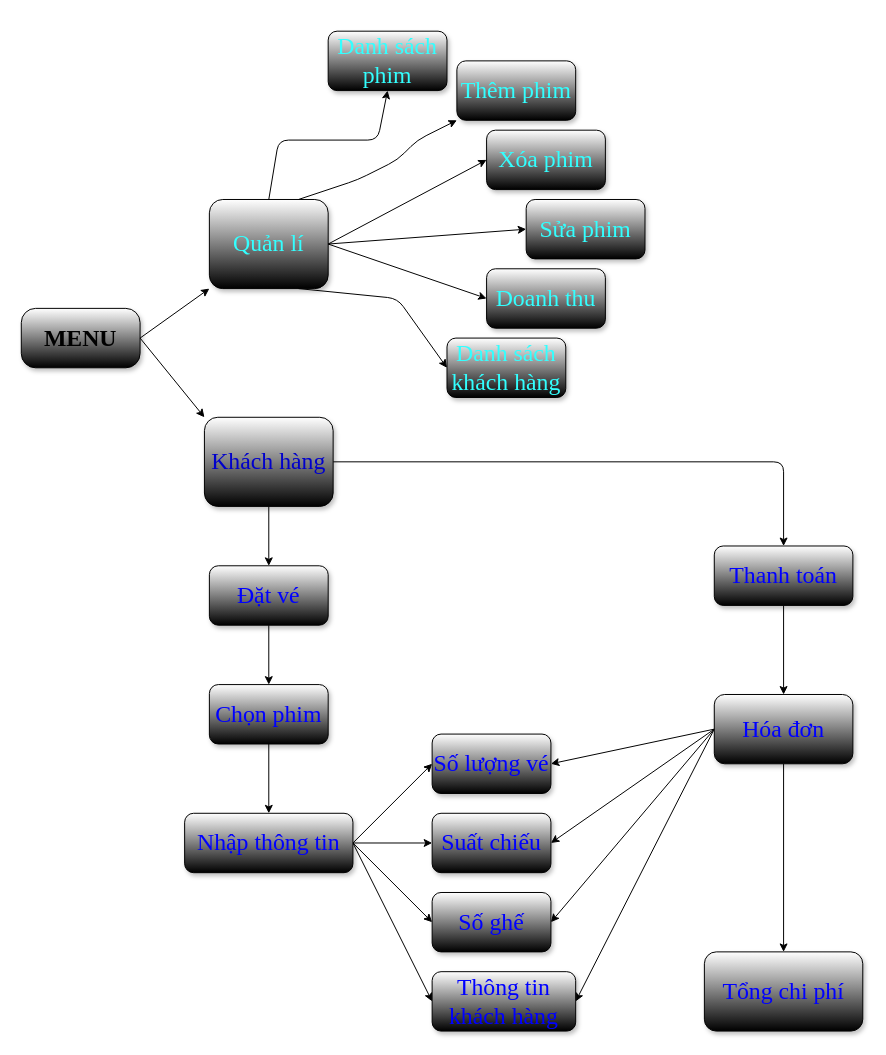
The draw.io diagram block_diagram.drawio in hoangluu18/PBL2_DUT, before the edit. Source tidied: cells renumbered, new cells numbered last; positions are measured from the earlier drawing's top-left corner, leaving out a move shared by most shapes. Both pictures are drawn from the tidied source at 99%, with x=0, y=0 at pixel (21, 31).
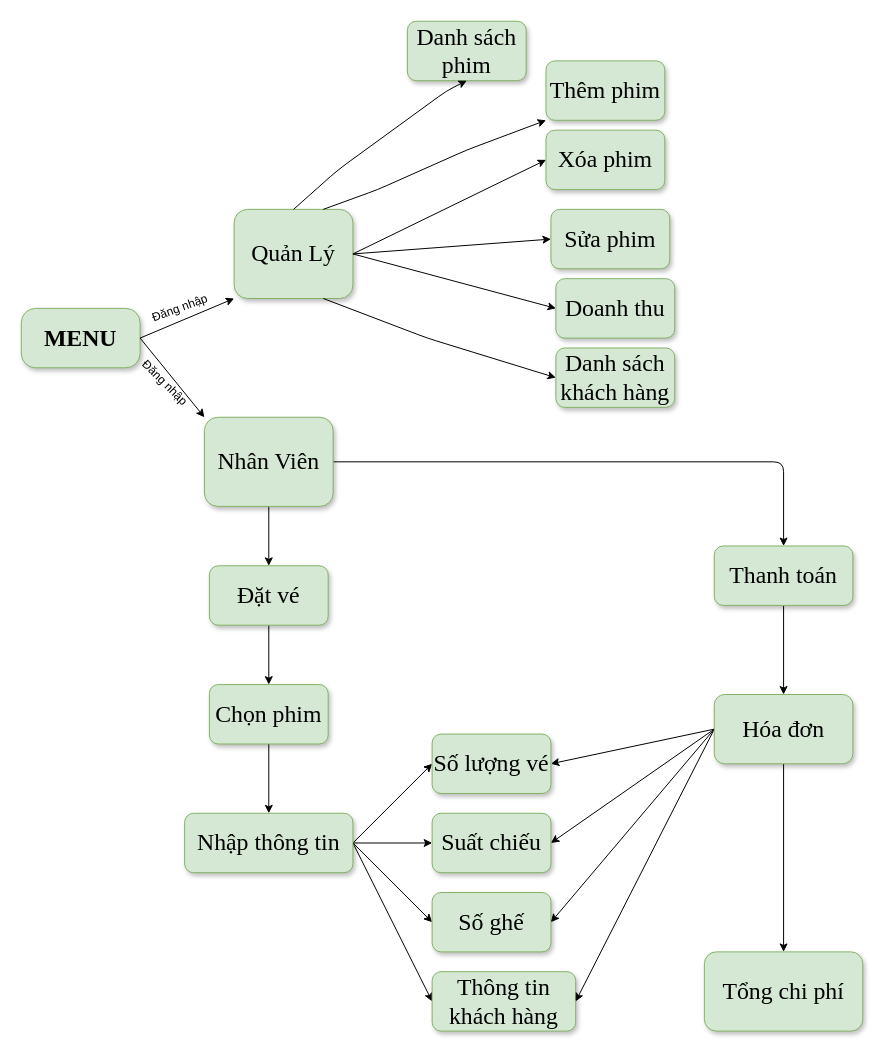
Above is the later version.

Change to the diagram source:
```diff
@@
-    <mxCell id="2" value="&lt;font face=&quot;Times New Roman&quot; style=&quot;font-size: 24px;&quot;&gt;&lt;b&gt;MENU&lt;/b&gt;&lt;/font&gt;" style="rounded=1;whiteSpace=wrap;html=1;gradientColor=default;shadow=1;align=center;arcSize=24;" parent="1" vertex="1">
+    <mxCell id="2" value="&lt;font face=&quot;Times New Roman&quot; style=&quot;font-size: 24px;&quot;&gt;&lt;b&gt;MENU&lt;/b&gt;&lt;/font&gt;" style="rounded=1;whiteSpace=wrap;html=1;shadow=1;align=center;arcSize=24;fillColor=#d5e8d4;strokeColor=#82b366;" parent="1" vertex="1">
       <mxGeometry y="280" width="120" height="60" as="geometry" />
     </mxCell>
-    <mxCell id="3" value="&lt;font color=&quot;#33ffff&quot;&gt;Quản lí&lt;/font&gt;" style="rounded=1;whiteSpace=wrap;html=1;shadow=1;fontFamily=Times New Roman;fontSize=24;gradientColor=default;" parent="1" vertex="1">
-      <mxGeometry x="190" y="170" width="120" height="90" as="geometry" />
+    <mxCell id="3" value="Quản Lý" style="rounded=1;whiteSpace=wrap;html=1;shadow=1;fontFamily=Times New Roman;fontSize=24;fillColor=#d5e8d4;strokeColor=#82b366;" parent="1" vertex="1">
+      <mxGeometry x="215" y="180" width="120" height="90" as="geometry" />
     </mxCell>
-    <mxCell id="4" style="edgeStyle=none;html=1;exitX=0.5;exitY=1;exitDx=0;exitDy=0;entryX=0.5;entryY=0;entryDx=0;entryDy=0;fontFamily=Times New Roman;fontSize=24;fontColor=#0000FF;" parent="1" edge="1" source="6" target="22">
+    <mxCell id="4" style="edgeStyle=none;html=1;exitX=0.5;exitY=1;exitDx=0;exitDy=0;entryX=0.5;entryY=0;entryDx=0;entryDy=0;fontFamily=Times New Roman;fontSize=24;fontColor=#0000FF;rounded=1;" parent="1" edge="1" source="6" target="22">
       <mxGeometry relative="1" as="geometry" />
     </mxCell>
-    <mxCell id="5" style="edgeStyle=none;html=1;exitX=1;exitY=0.5;exitDx=0;exitDy=0;entryX=0.5;entryY=0;entryDx=0;entryDy=0;fontFamily=Times New Roman;fontSize=24;fontColor=#0000FF;" parent="1" edge="1" source="6" target="35">
+    <mxCell id="5" style="edgeStyle=none;html=1;exitX=1;exitY=0.5;exitDx=0;exitDy=0;entryX=0.5;entryY=0;entryDx=0;entryDy=0;fontFamily=Times New Roman;fontSize=24;fontColor=#0000FF;rounded=1;" parent="1" edge="1" source="6" target="35">
       <mxGeometry relative="1" as="geometry">
         <Array as="points">
           <mxPoint x="770" y="435" />
         </Array>
       </mxGeometry>
     </mxCell>
-    <mxCell id="6" value="&lt;font color=&quot;#0000cc&quot;&gt;Khách hàng&lt;/font&gt;" style="rounded=1;whiteSpace=wrap;html=1;shadow=1;fontFamily=Times New Roman;fontSize=24;fontColor=#33FFFF;gradientColor=default;" parent="1" vertex="1">
+    <mxCell id="6" value="Nhân Viên" style="rounded=1;whiteSpace=wrap;html=1;shadow=1;fontFamily=Times New Roman;fontSize=24;fillColor=#d5e8d4;strokeColor=#82b366;" parent="1" vertex="1">
       <mxGeometry x="185" y="390" width="130" height="90" as="geometry" />
     </mxCell>
-    <mxCell id="7" value="Thêm phim" style="rounded=1;whiteSpace=wrap;html=1;shadow=1;fontFamily=Times New Roman;fontSize=24;fontColor=#33FFFF;gradientColor=default;" parent="1" vertex="1">
-      <mxGeometry x="440" y="30" width="120" height="60" as="geometry" />
+    <mxCell id="7" value="Thêm phim" style="rounded=1;whiteSpace=wrap;html=1;shadow=1;fontFamily=Times New Roman;fontSize=24;fillColor=#d5e8d4;strokeColor=#82b366;" parent="1" vertex="1">
+      <mxGeometry x="530" y="30" width="120" height="60" as="geometry" />
     </mxCell>
-    <mxCell id="8" style="endArrow=classic;html=1;fontFamily=Times New Roman;fontSize=24;fontColor=#33FFFF;entryX=0;entryY=1;entryDx=0;entryDy=0;exitX=1;exitY=0.5;exitDx=0;exitDy=0;" parent="1" edge="1" source="2" target="3">
+    <mxCell id="8" style="endArrow=classic;html=1;fontFamily=Times New Roman;fontSize=24;fontColor=#33FFFF;entryX=0;entryY=1;entryDx=0;entryDy=0;exitX=1;exitY=0.5;exitDx=0;exitDy=0;rounded=1;" parent="1" edge="1" source="2" target="3">
       <mxGeometry relative="1" as="geometry" />
     </mxCell>
-    <mxCell id="9" value="Danh sách phim" style="rounded=1;whiteSpace=wrap;html=1;shadow=1;fontFamily=Times New Roman;fontSize=24;fontColor=#33FFFF;gradientColor=default;" parent="1" vertex="1">
-      <mxGeometry x="310" width="120" height="60" as="geometry" />
+    <mxCell id="9" value="Danh sách phim" style="rounded=1;whiteSpace=wrap;html=1;shadow=1;fontFamily=Times New Roman;fontSize=24;fillColor=#d5e8d4;strokeColor=#82b366;" parent="1" vertex="1">
+      <mxGeometry x="390" y="-10" width="120" height="60" as="geometry" />
     </mxCell>
-    <mxCell id="10" value="Xóa phim" style="rounded=1;whiteSpace=wrap;html=1;shadow=1;fontFamily=Times New Roman;fontSize=24;fontColor=#33FFFF;gradientColor=default;" parent="1" vertex="1">
-      <mxGeometry x="470" y="100" width="120" height="60" as="geometry" />
+    <mxCell id="10" value="Xóa phim" style="rounded=1;whiteSpace=wrap;html=1;shadow=1;fontFamily=Times New Roman;fontSize=24;fillColor=#d5e8d4;strokeColor=#82b366;" parent="1" vertex="1">
+      <mxGeometry x="530" y="100" width="120" height="60" as="geometry" />
     </mxCell>
-    <mxCell id="11" value="Danh sách khách hàng" style="rounded=1;whiteSpace=wrap;html=1;shadow=1;fontFamily=Times New Roman;fontSize=24;fontColor=#33FFFF;gradientColor=default;" parent="1" vertex="1">
-      <mxGeometry x="430" y="310" width="120" height="60" as="geometry" />
+    <mxCell id="11" value="Danh sách khách hàng" style="rounded=1;whiteSpace=wrap;html=1;shadow=1;fontFamily=Times New Roman;fontSize=24;fillColor=#d5e8d4;strokeColor=#82b366;" parent="1" vertex="1">
+      <mxGeometry x="540" y="320" width="120" height="60" as="geometry" />
     </mxCell>
-    <mxCell id="12" value="Doanh thu" style="rounded=1;whiteSpace=wrap;html=1;shadow=1;fontFamily=Times New Roman;fontSize=24;fontColor=#33FFFF;gradientColor=default;" parent="1" vertex="1">
-      <mxGeometry x="470" y="240" width="120" height="60" as="geometry" />
+    <mxCell id="12" value="Doanh thu" style="rounded=1;whiteSpace=wrap;html=1;shadow=1;fontFamily=Times New Roman;fontSize=24;fillColor=#d5e8d4;strokeColor=#82b366;" parent="1" vertex="1">
+      <mxGeometry x="540" y="250" width="120" height="60" as="geometry" />
     </mxCell>
-    <mxCell id="13" value="Sửa phim" style="rounded=1;whiteSpace=wrap;html=1;shadow=1;fontFamily=Times New Roman;fontSize=24;fontColor=#33FFFF;gradientColor=default;" parent="1" vertex="1">
-      <mxGeometry x="510" y="170" width="120" height="60" as="geometry" />
+    <mxCell id="13" value="Sửa phim" style="rounded=1;whiteSpace=wrap;html=1;shadow=1;fontFamily=Times New Roman;fontSize=24;fillColor=#d5e8d4;strokeColor=#82b366;" parent="1" vertex="1">
+      <mxGeometry x="535" y="180" width="120" height="60" as="geometry" />
     </mxCell>
-    <mxCell id="14" style="endArrow=classic;html=1;fontFamily=Times New Roman;fontSize=24;fontColor=#33FFFF;exitX=0.5;exitY=0;exitDx=0;exitDy=0;entryX=0.5;entryY=1;entryDx=0;entryDy=0;" parent="1" edge="1" source="3" target="9">
+    <mxCell id="14" style="endArrow=classic;html=1;fontFamily=Times New Roman;fontSize=24;fontColor=#33FFFF;exitX=0.5;exitY=0;exitDx=0;exitDy=0;entryX=0.5;entryY=1;entryDx=0;entryDy=0;rounded=1;" parent="1" edge="1" source="3" target="9">
       <mxGeometry relative="1" as="geometry">
         <Array as="points">
-          <mxPoint x="260" y="110" />
-          <mxPoint x="360" y="110" />
+          <mxPoint x="320" y="140" />
+          <mxPoint x="430" y="60" />
         </Array>
       </mxGeometry>
     </mxCell>
-    <mxCell id="15" style="endArrow=classic;html=1;fontFamily=Times New Roman;fontSize=24;fontColor=#33FFFF;exitX=0.75;exitY=0;exitDx=0;exitDy=0;entryX=0;entryY=1;entryDx=0;entryDy=0;" parent="1" edge="1" source="3" target="7">
+    <mxCell id="15" style="endArrow=classic;html=1;fontFamily=Times New Roman;fontSize=24;fontColor=#33FFFF;exitX=0.75;exitY=0;exitDx=0;exitDy=0;entryX=0;entryY=1;entryDx=0;entryDy=0;rounded=1;" parent="1" edge="1" source="3" target="7">
       <mxGeometry relative="1" as="geometry">
         <Array as="points">
-          <mxPoint x="340" y="150" />
-          <mxPoint x="380" y="130" />
-          <mxPoint x="400" y="110" />
+          <mxPoint x="360" y="160" />
+          <mxPoint x="450" y="120" />
         </Array>
       </mxGeometry>
     </mxCell>
-    <mxCell id="16" style="endArrow=classic;html=1;fontFamily=Times New Roman;fontSize=24;fontColor=#33FFFF;exitX=1;exitY=0.5;exitDx=0;exitDy=0;entryX=0;entryY=0.5;entryDx=0;entryDy=0;" parent="1" edge="1" source="3" target="10">
+    <mxCell id="16" style="endArrow=classic;html=1;fontFamily=Times New Roman;fontSize=24;fontColor=#33FFFF;exitX=1;exitY=0.5;exitDx=0;exitDy=0;entryX=0;entryY=0.5;entryDx=0;entryDy=0;rounded=1;" parent="1" edge="1" source="3" target="10">
       <mxGeometry relative="1" as="geometry" />
     </mxCell>
-    <mxCell id="17" style="endArrow=classic;html=1;fontFamily=Times New Roman;fontSize=24;fontColor=#33FFFF;entryX=0;entryY=0.5;entryDx=0;entryDy=0;exitX=1;exitY=0.5;exitDx=0;exitDy=0;" parent="1" edge="1" source="3" target="13">
+    <mxCell id="17" style="endArrow=classic;html=1;fontFamily=Times New Roman;fontSize=24;fontColor=#33FFFF;entryX=0;entryY=0.5;entryDx=0;entryDy=0;exitX=1;exitY=0.5;exitDx=0;exitDy=0;rounded=1;" parent="1" edge="1" source="3" target="13">
       <mxGeometry relative="1" as="geometry" />
     </mxCell>
-    <mxCell id="18" style="endArrow=classic;html=1;fontFamily=Times New Roman;fontSize=24;fontColor=#33FFFF;exitX=1;exitY=0.5;exitDx=0;exitDy=0;entryX=0;entryY=0.5;entryDx=0;entryDy=0;" parent="1" edge="1" source="3" target="12">
+    <mxCell id="18" style="endArrow=classic;html=1;fontFamily=Times New Roman;fontSize=24;fontColor=#33FFFF;exitX=1;exitY=0.5;exitDx=0;exitDy=0;entryX=0;entryY=0.5;entryDx=0;entryDy=0;rounded=1;" parent="1" edge="1" source="3" target="12">
       <mxGeometry relative="1" as="geometry" />
     </mxCell>
-    <mxCell id="19" style="endArrow=classic;html=1;fontFamily=Times New Roman;fontSize=24;fontColor=#33FFFF;exitX=0.75;exitY=1;exitDx=0;exitDy=0;entryX=0;entryY=0.5;entryDx=0;entryDy=0;" parent="1" edge="1" source="3" target="11">
+    <mxCell id="19" style="endArrow=classic;html=1;fontFamily=Times New Roman;fontSize=24;fontColor=#33FFFF;exitX=0.75;exitY=1;exitDx=0;exitDy=0;entryX=0;entryY=0.5;entryDx=0;entryDy=0;rounded=1;" parent="1" edge="1" source="3" target="11">
       <mxGeometry relative="1" as="geometry">
         <Array as="points">
-          <mxPoint x="380" y="270" />
+          <mxPoint x="410" y="310" />
         </Array>
       </mxGeometry>
     </mxCell>
-    <mxCell id="20" style="endArrow=classic;html=1;fontFamily=Times New Roman;fontSize=24;fontColor=#33FFFF;exitX=1;exitY=0.5;exitDx=0;exitDy=0;entryX=0;entryY=0;entryDx=0;entryDy=0;" parent="1" edge="1" source="2" target="6">
+    <mxCell id="20" style="endArrow=classic;html=1;fontFamily=Times New Roman;fontSize=24;fontColor=#33FFFF;exitX=1;exitY=0.5;exitDx=0;exitDy=0;entryX=0;entryY=0;entryDx=0;entryDy=0;rounded=1;" parent="1" edge="1" source="2" target="6">
       <mxGeometry relative="1" as="geometry" />
     </mxCell>
-    <mxCell id="21" style="edgeStyle=none;html=1;exitX=0.5;exitY=1;exitDx=0;exitDy=0;entryX=0.5;entryY=0;entryDx=0;entryDy=0;fontFamily=Times New Roman;fontSize=24;fontColor=#0000FF;" parent="1" edge="1" source="22" target="24">
+    <mxCell id="21" style="edgeStyle=none;html=1;exitX=0.5;exitY=1;exitDx=0;exitDy=0;entryX=0.5;entryY=0;entryDx=0;entryDy=0;fontFamily=Times New Roman;fontSize=24;fontColor=#0000FF;rounded=1;" parent="1" edge="1" source="22" target="24">
       <mxGeometry relative="1" as="geometry" />
     </mxCell>
-    <mxCell id="22" value="&lt;font color=&quot;#0000ff&quot;&gt;Đặt vé&lt;/font&gt;" style="rounded=1;whiteSpace=wrap;html=1;shadow=1;fontFamily=Times New Roman;fontSize=24;fontColor=#33FFFF;gradientColor=default;" parent="1" vertex="1">
+    <mxCell id="22" value="Đặt vé" style="rounded=1;whiteSpace=wrap;html=1;shadow=1;fontFamily=Times New Roman;fontSize=24;fillColor=#d5e8d4;strokeColor=#82b366;" parent="1" vertex="1">
       <mxGeometry x="190" y="540" width="120" height="60" as="geometry" />
     </mxCell>
-    <mxCell id="23" style="edgeStyle=none;html=1;exitX=0.5;exitY=1;exitDx=0;exitDy=0;entryX=0.5;entryY=0;entryDx=0;entryDy=0;fontFamily=Times New Roman;fontSize=24;fontColor=#0000FF;" parent="1" edge="1" source="24" target="29">
+    <mxCell id="23" style="edgeStyle=none;html=1;exitX=0.5;exitY=1;exitDx=0;exitDy=0;entryX=0.5;entryY=0;entryDx=0;entryDy=0;fontFamily=Times New Roman;fontSize=24;fontColor=#0000FF;rounded=1;" parent="1" edge="1" source="24" target="29">
       <mxGeometry relative="1" as="geometry" />
     </mxCell>
-    <mxCell id="24" value="&lt;font color=&quot;#0000ff&quot;&gt;Chọn phim&lt;/font&gt;" style="rounded=1;whiteSpace=wrap;html=1;shadow=1;fontFamily=Times New Roman;fontSize=24;fontColor=#33FFFF;gradientColor=default;" parent="1" vertex="1">
+    <mxCell id="24" value="Chọn phim" style="rounded=1;whiteSpace=wrap;html=1;shadow=1;fontFamily=Times New Roman;fontSize=24;fillColor=#d5e8d4;strokeColor=#82b366;" parent="1" vertex="1">
       <mxGeometry x="190" y="660" width="120" height="60" as="geometry" />
     </mxCell>
-    <mxCell id="25" style="edgeStyle=none;html=1;exitX=1;exitY=0.5;exitDx=0;exitDy=0;fontFamily=Times New Roman;fontSize=24;fontColor=#0000FF;entryX=0;entryY=0.5;entryDx=0;entryDy=0;" parent="1" edge="1" source="29" target="30">
+    <mxCell id="25" style="edgeStyle=none;html=1;exitX=1;exitY=0.5;exitDx=0;exitDy=0;fontFamily=Times New Roman;fontSize=24;fontColor=#0000FF;entryX=0;entryY=0.5;entryDx=0;entryDy=0;rounded=1;" parent="1" edge="1" source="29" target="30">
       <mxGeometry relative="1" as="geometry" />
     </mxCell>
-    <mxCell id="26" style="edgeStyle=none;html=1;exitX=1;exitY=0.5;exitDx=0;exitDy=0;entryX=0;entryY=0.5;entryDx=0;entryDy=0;fontFamily=Times New Roman;fontSize=24;fontColor=#0000FF;" parent="1" edge="1" source="29" target="31">
+    <mxCell id="26" style="edgeStyle=none;html=1;exitX=1;exitY=0.5;exitDx=0;exitDy=0;entryX=0;entryY=0.5;entryDx=0;entryDy=0;fontFamily=Times New Roman;fontSize=24;fontColor=#0000FF;rounded=1;" parent="1" edge="1" source="29" target="31">
       <mxGeometry relative="1" as="geometry" />
     </mxCell>
-    <mxCell id="27" style="edgeStyle=none;html=1;exitX=1;exitY=0.5;exitDx=0;exitDy=0;entryX=0;entryY=0.5;entryDx=0;entryDy=0;fontFamily=Times New Roman;fontSize=24;fontColor=#0000FF;" parent="1" edge="1" source="29" target="32">
+    <mxCell id="27" style="edgeStyle=none;html=1;exitX=1;exitY=0.5;exitDx=0;exitDy=0;entryX=0;entryY=0.5;entryDx=0;entryDy=0;fontFamily=Times New Roman;fontSize=24;fontColor=#0000FF;rounded=1;" parent="1" edge="1" source="29" target="32">
       <mxGeometry relative="1" as="geometry" />
     </mxCell>
-    <mxCell id="28" style="edgeStyle=none;html=1;exitX=1;exitY=0.5;exitDx=0;exitDy=0;entryX=0;entryY=0.5;entryDx=0;entryDy=0;fontFamily=Times New Roman;fontSize=24;fontColor=#0000FF;" parent="1" edge="1" source="29" target="33">
+    <mxCell id="28" style="edgeStyle=none;html=1;exitX=1;exitY=0.5;exitDx=0;exitDy=0;entryX=0;entryY=0.5;entryDx=0;entryDy=0;fontFamily=Times New Roman;fontSize=24;fontColor=#0000FF;rounded=1;" parent="1" edge="1" source="29" target="33">
       <mxGeometry relative="1" as="geometry" />
     </mxCell>
-    <mxCell id="29" value="Nhập thông tin" style="rounded=1;whiteSpace=wrap;html=1;shadow=1;fontFamily=Times New Roman;fontSize=24;fontColor=#0000FF;gradientColor=default;" parent="1" vertex="1">
+    <mxCell id="29" value="Nhập thông tin" style="rounded=1;whiteSpace=wrap;html=1;shadow=1;fontFamily=Times New Roman;fontSize=24;fillColor=#d5e8d4;strokeColor=#82b366;" parent="1" vertex="1">
       <mxGeometry x="165" y="790" width="170" height="60" as="geometry" />
     </mxCell>
-    <mxCell id="30" value="Thông tin khách hàng" style="rounded=1;whiteSpace=wrap;html=1;shadow=1;fontFamily=Times New Roman;fontSize=24;fontColor=#0000FF;gradientColor=default;" parent="1" vertex="1">
+    <mxCell id="30" value="Thông tin khách hàng" style="rounded=1;whiteSpace=wrap;html=1;shadow=1;fontFamily=Times New Roman;fontSize=24;fillColor=#d5e8d4;strokeColor=#82b366;" parent="1" vertex="1">
       <mxGeometry x="415" y="950" width="145" height="60" as="geometry" />
     </mxCell>
-    <mxCell id="31" value="Số lượng vé" style="rounded=1;whiteSpace=wrap;html=1;shadow=1;fontFamily=Times New Roman;fontSize=24;fontColor=#0000FF;gradientColor=default;" parent="1" vertex="1">
+    <mxCell id="31" value="Số lượng vé" style="rounded=1;whiteSpace=wrap;html=1;shadow=1;fontFamily=Times New Roman;fontSize=24;fillColor=#d5e8d4;strokeColor=#82b366;" parent="1" vertex="1">
       <mxGeometry x="415" y="710" width="120" height="60" as="geometry" />
     </mxCell>
-    <mxCell id="32" value="Suất chiếu" style="rounded=1;whiteSpace=wrap;html=1;shadow=1;fontFamily=Times New Roman;fontSize=24;fontColor=#0000FF;gradientColor=default;" parent="1" vertex="1">
+    <mxCell id="32" value="Suất chiếu" style="rounded=1;whiteSpace=wrap;html=1;shadow=1;fontFamily=Times New Roman;fontSize=24;fillColor=#d5e8d4;strokeColor=#82b366;" parent="1" vertex="1">
       <mxGeometry x="415" y="790" width="120" height="60" as="geometry" />
     </mxCell>
-    <mxCell id="33" value="Số ghế" style="rounded=1;whiteSpace=wrap;html=1;shadow=1;fontFamily=Times New Roman;fontSize=24;fontColor=#0000FF;gradientColor=default;" parent="1" vertex="1">
+    <mxCell id="33" value="Số ghế" style="rounded=1;whiteSpace=wrap;html=1;shadow=1;fontFamily=Times New Roman;fontSize=24;fillColor=#d5e8d4;strokeColor=#82b366;" parent="1" vertex="1">
       <mxGeometry x="415" y="870" width="120" height="60" as="geometry" />
     </mxCell>
-    <mxCell id="34" style="edgeStyle=none;html=1;exitX=0.5;exitY=1;exitDx=0;exitDy=0;entryX=0.5;entryY=0;entryDx=0;entryDy=0;fontFamily=Times New Roman;fontSize=24;fontColor=#0000FF;" parent="1" edge="1" source="35" target="41">
+    <mxCell id="34" style="edgeStyle=none;html=1;exitX=0.5;exitY=1;exitDx=0;exitDy=0;entryX=0.5;entryY=0;entryDx=0;entryDy=0;fontFamily=Times New Roman;fontSize=24;fontColor=#0000FF;rounded=1;" parent="1" edge="1" source="35" target="41">
       <mxGeometry relative="1" as="geometry" />
     </mxCell>
-    <mxCell id="35" value="Thanh toán" style="rounded=1;whiteSpace=wrap;html=1;shadow=1;fontFamily=Times New Roman;fontSize=24;fontColor=#0000FF;gradientColor=default;" parent="1" vertex="1">
+    <mxCell id="35" value="Thanh toán" style="rounded=1;whiteSpace=wrap;html=1;shadow=1;fontFamily=Times New Roman;fontSize=24;fillColor=#d5e8d4;strokeColor=#82b366;" parent="1" vertex="1">
       <mxGeometry x="700" y="520" width="140" height="60" as="geometry" />
     </mxCell>
-    <mxCell id="36" style="edgeStyle=none;html=1;exitX=0;exitY=0.5;exitDx=0;exitDy=0;entryX=1;entryY=0.5;entryDx=0;entryDy=0;fontFamily=Times New Roman;fontSize=24;fontColor=#0000FF;" parent="1" edge="1" source="41" target="31">
+    <mxCell id="36" style="edgeStyle=none;html=1;exitX=0;exitY=0.5;exitDx=0;exitDy=0;entryX=1;entryY=0.5;entryDx=0;entryDy=0;fontFamily=Times New Roman;fontSize=24;fontColor=#0000FF;rounded=1;" parent="1" edge="1" source="41" target="31">
       <mxGeometry relative="1" as="geometry" />
     </mxCell>
-    <mxCell id="37" style="edgeStyle=none;html=1;exitX=0;exitY=0.5;exitDx=0;exitDy=0;entryX=1;entryY=0.5;entryDx=0;entryDy=0;fontFamily=Times New Roman;fontSize=24;fontColor=#0000FF;" parent="1" edge="1" source="41" target="32">
+    <mxCell id="37" style="edgeStyle=none;html=1;exitX=0;exitY=0.5;exitDx=0;exitDy=0;entryX=1;entryY=0.5;entryDx=0;entryDy=0;fontFamily=Times New Roman;fontSize=24;fontColor=#0000FF;rounded=1;" parent="1" edge="1" source="41" target="32">
       <mxGeometry relative="1" as="geometry" />
     </mxCell>
-    <mxCell id="38" style="edgeStyle=none;html=1;exitX=0;exitY=0.5;exitDx=0;exitDy=0;entryX=1;entryY=0.5;entryDx=0;entryDy=0;fontFamily=Times New Roman;fontSize=24;fontColor=#0000FF;" parent="1" edge="1" source="41" target="33">
+    <mxCell id="38" style="edgeStyle=none;html=1;exitX=0;exitY=0.5;exitDx=0;exitDy=0;entryX=1;entryY=0.5;entryDx=0;entryDy=0;fontFamily=Times New Roman;fontSize=24;fontColor=#0000FF;rounded=1;" parent="1" edge="1" source="41" target="33">
       <mxGeometry relative="1" as="geometry" />
     </mxCell>
-    <mxCell id="39" style="edgeStyle=none;html=1;exitX=0;exitY=0.5;exitDx=0;exitDy=0;entryX=1;entryY=0.5;entryDx=0;entryDy=0;fontFamily=Times New Roman;fontSize=24;fontColor=#0000FF;" parent="1" edge="1" source="41" target="30">
+    <mxCell id="39" style="edgeStyle=none;html=1;exitX=0;exitY=0.5;exitDx=0;exitDy=0;entryX=1;entryY=0.5;entryDx=0;entryDy=0;fontFamily=Times New Roman;fontSize=24;fontColor=#0000FF;rounded=1;" parent="1" edge="1" source="41" target="30">
       <mxGeometry relative="1" as="geometry" />
     </mxCell>
-    <mxCell id="40" style="edgeStyle=none;html=1;exitX=0.5;exitY=1;exitDx=0;exitDy=0;entryX=0.5;entryY=0;entryDx=0;entryDy=0;fontFamily=Times New Roman;fontSize=24;fontColor=#0000FF;" parent="1" edge="1" source="41" target="42">
+    <mxCell id="40" style="edgeStyle=none;html=1;exitX=0.5;exitY=1;exitDx=0;exitDy=0;entryX=0.5;entryY=0;entryDx=0;entryDy=0;fontFamily=Times New Roman;fontSize=24;fontColor=#0000FF;rounded=1;" parent="1" edge="1" source="41" target="42">
       <mxGeometry relative="1" as="geometry" />
     </mxCell>
-    <mxCell id="41" value="Hóa đơn" style="rounded=1;whiteSpace=wrap;html=1;shadow=1;fontFamily=Times New Roman;fontSize=24;fontColor=#0000FF;gradientColor=default;" parent="1" vertex="1">
+    <mxCell id="41" value="Hóa đơn" style="rounded=1;whiteSpace=wrap;html=1;shadow=1;fontFamily=Times New Roman;fontSize=24;fillColor=#d5e8d4;strokeColor=#82b366;" parent="1" vertex="1">
       <mxGeometry x="700" y="670" width="140" height="70" as="geometry" />
     </mxCell>
-    <mxCell id="42" value="Tổng chi phí" style="rounded=1;whiteSpace=wrap;html=1;shadow=1;fontFamily=Times New Roman;fontSize=24;fontColor=#0000FF;gradientColor=default;" parent="1" vertex="1">
+    <mxCell id="42" value="Tổng chi phí" style="rounded=1;whiteSpace=wrap;html=1;shadow=1;fontFamily=Times New Roman;fontSize=24;fillColor=#d5e8d4;strokeColor=#82b366;" parent="1" vertex="1">
       <mxGeometry x="690" y="930" width="160" height="80" as="geometry" />
     </mxCell>
+    <mxCell id="43" value="Đăng nhập&lt;br&gt;" style="text;html=1;align=center;verticalAlign=middle;strokeColor=none;fillColor=none;fontColor=#000000;rotation=-20;" parent="1" vertex="1">
+      <mxGeometry x="120" y="265" width="80" height="30" as="geometry" />
+    </mxCell>
+    <mxCell id="44" value="Đăng nhập&lt;br&gt;" style="text;html=1;align=center;verticalAlign=middle;strokeColor=none;fillColor=none;fontColor=#000000;rotation=45;" parent="1" vertex="1">
+      <mxGeometry x="105" y="340" width="80" height="30" as="geometry" />
+    </mxCell>
```
